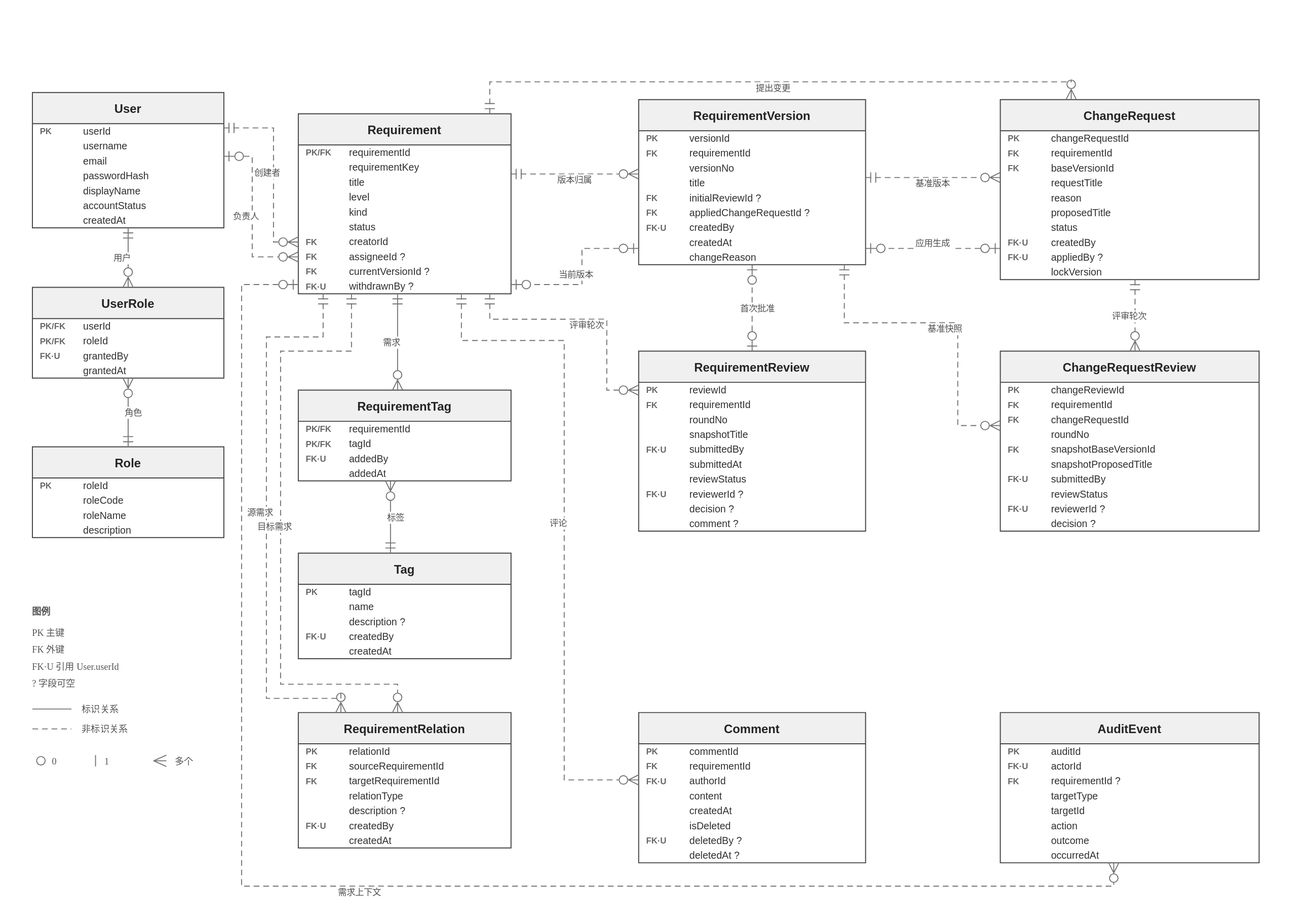
This is docs/design/core-er.svg from hechuxielianli/xjtu-rms-coursework, a draw.io export, as it was before one commit. Source tidied: cells renumbered, new cells last; positions are measured from the earlier drawing's top-left corner, leaving out a move shared by most shapes.
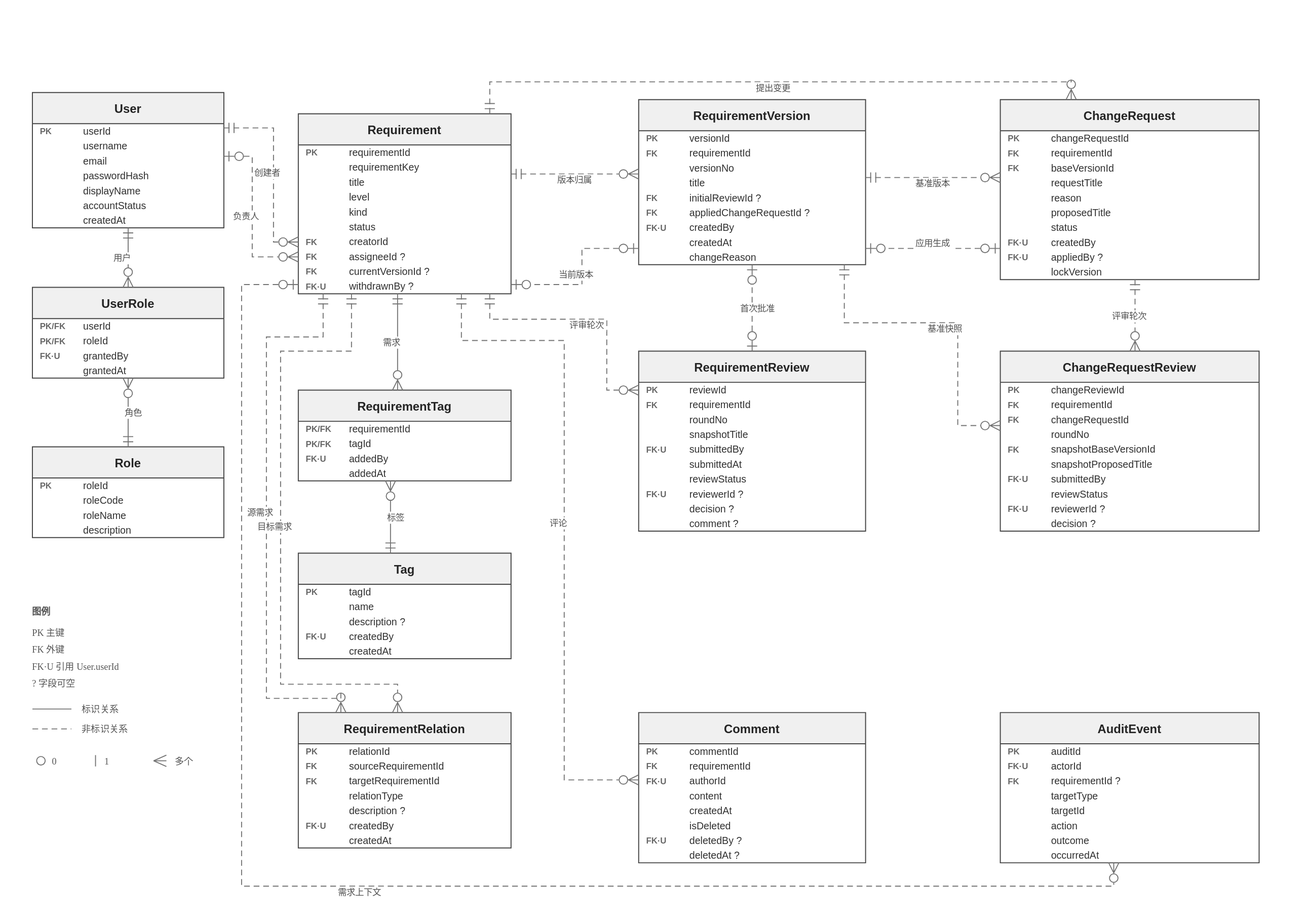
Later version of the same file.

Commit message:
docs: finalize coursework report and correct ER notation

Diff of the diagram source:
```diff
@@ -110,7 +110,7 @@
     <mxCell id="37" value="requirementId" style="shape=partialRectangle;html=0;top=0;left=0;right=0;bottom=0;fillColor=none;strokeColor=#DCDCDC;align=left;verticalAlign=middle;spacingLeft=70;spacingRight=5;whiteSpace=wrap;overflow=hidden;fontFamily=Arial;fontSize=14;fontColor=#303030;" parent="36" vertex="1">
       <mxGeometry y="44" width="300" height="21" as="geometry" />
     </mxCell>
-    <mxCell id="38" value="PK/FK" style="shape=partialRectangle;html=0;top=0;left=0;right=0;bottom=0;fillColor=none;strokeColor=none;fontFamily=Arial;fontSize=12;fontStyle=1;fontColor=#666666;align=left;verticalAlign=middle;spacingLeft=9;overflow=hidden;" parent="37" vertex="1">
+    <mxCell id="38" value="PK" style="shape=partialRectangle;html=0;top=0;left=0;right=0;bottom=0;fillColor=none;strokeColor=none;fontFamily=Arial;fontSize=12;fontStyle=1;fontColor=#666666;align=left;verticalAlign=middle;spacingLeft=9;overflow=hidden;" parent="37" vertex="1">
       <mxGeometry width="65" height="21" as="geometry" />
     </mxCell>
     <mxCell id="39" value="requirementKey" style="shape=partialRectangle;html=0;top=0;left=0;right=0;bottom=0;fillColor=none;strokeColor=#DCDCDC;align=left;verticalAlign=middle;spacingLeft=70;spacingRight=5;whiteSpace=wrap;overflow=hidden;fontFamily=Arial;fontSize=14;fontColor=#303030;" parent="36" vertex="1">
```
